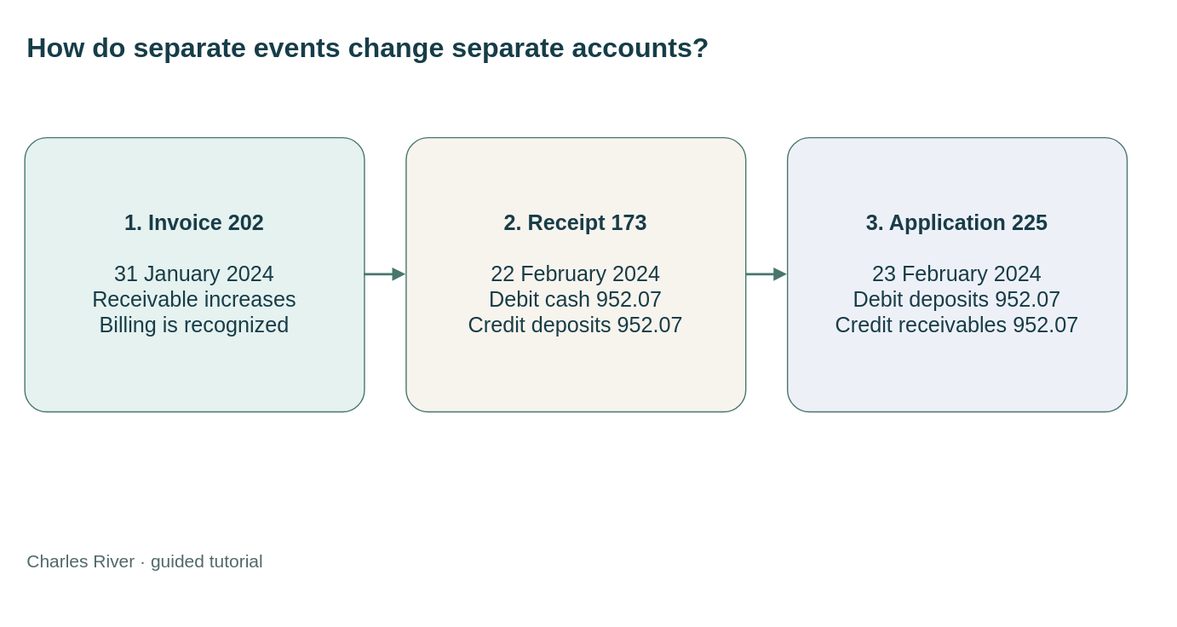
This is static/diagrams/tutorials/find-the-accounting-entries.svg from mmcodesso/CharlesRiver_Database, a draw.io export, as it was before one commit. Source tidied: cells renumbered, new cells last; positions are measured from the earlier drawing's top-left corner, leaving out a move shared by most shapes.
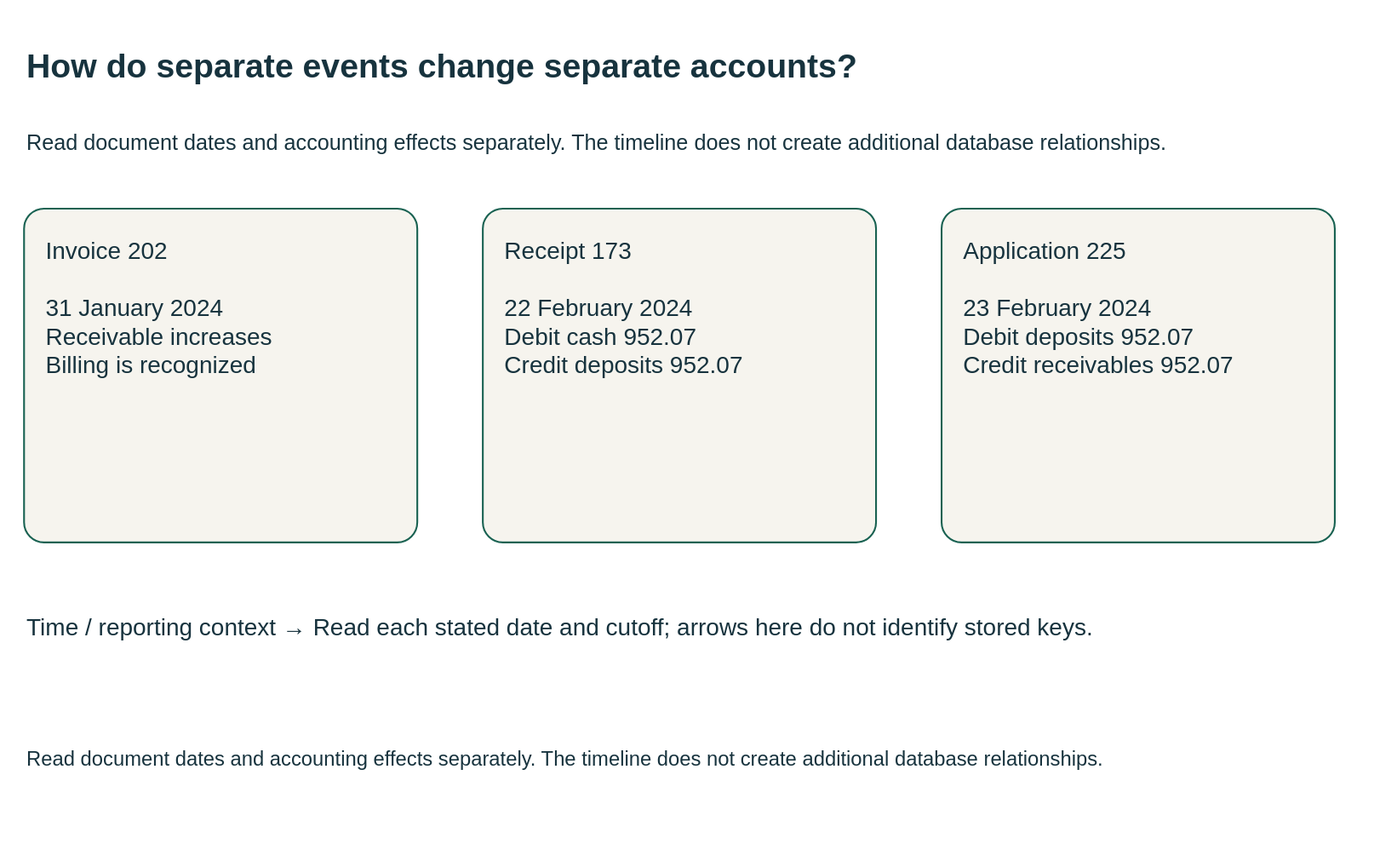
After the change.

The edit, as a diff of the source:
```diff
@@ -1,27 +1,27 @@
-<mxGraphModel>
+<mxGraphModel background="#FFFFFF">
   <root>
     <mxCell id="0" />
     <mxCell id="1" parent="0" />
-    <mxCell id="2" value="How do separate events change separate accounts?" style="text;html=0;whiteSpace=wrap;fontSize=23;fontStyle=1;fontColor=#163d48;align=left;" parent="1" vertex="1">
-      <mxGeometry width="920" height="60" as="geometry" />
+    <mxCell id="2" value="How do separate events change separate accounts?" style="html=0;fontFamily=Arial;fontSize=20;fontColor=#17333e;strokeColor=#196252;strokeWidth=1.5;whiteSpace=wrap;text;strokeColor=none;fillColor=none;align=left;verticalAlign=middle;fontSize=28;fontStyle=1;" parent="1" vertex="1">
+      <mxGeometry width="1110" height="70" as="geometry" />
     </mxCell>
+    <mxCell id="9" value="Read document dates and accounting effects separately. The timeline does not create additional database relationships." style="html=0;fontFamily=Arial;fontSize=20;fontColor=#17333e;strokeColor=#196252;strokeWidth=1.5;whiteSpace=wrap;text;strokeColor=none;fillColor=none;align=left;verticalAlign=middle;fontSize=18;fontStyle=0;" parent="1" vertex="1">
+      <mxGeometry y="72" width="1110" height="55" as="geometry" />
+    </mxCell>
-    <mxCell id="3" value="&lt;b&gt;1. Invoice 202&lt;/b&gt;&lt;br&gt;&lt;br&gt;31 January 2024&lt;br&gt;Receivable increases&lt;br&gt;Billing is recognized" style="rounded=1;whiteSpace=wrap;html=1;fillColor=#e5f2ef;strokeColor=#48766e;fontColor=#183c48;fontSize=18;spacing=15;arcSize=8;" parent="1" vertex="1">
-      <mxGeometry y="95" width="285" height="230" as="geometry" />
+    <mxCell id="3" value="Invoice 202&#10;&#10;31 January 2024&#10;Receivable increases&#10;Billing is recognized" style="html=0;fontFamily=Arial;fontSize=20;fontColor=#17333e;strokeColor=#196252;strokeWidth=1.5;whiteSpace=wrap;rounded=1;arcSize=6;fillColor=#f6f4ee;align=left;verticalAlign=top;spacing=18;" parent="1" vertex="1">
+      <mxGeometry y="155" width="330" height="280" as="geometry" />
     </mxCell>
-    <mxCell id="4" value="&lt;b&gt;2. Receipt 173&lt;/b&gt;&lt;br&gt;&lt;br&gt;22 February 2024&lt;br&gt;Debit cash 952.07&lt;br&gt;Credit deposits 952.07" style="rounded=1;whiteSpace=wrap;html=1;fillColor=#f7f4ed;strokeColor=#48766e;fontColor=#183c48;fontSize=18;spacing=15;arcSize=8;" parent="1" vertex="1">
-      <mxGeometry x="320" y="95" width="285" height="230" as="geometry" />
+    <mxCell id="4" value="Receipt 173&#10;&#10;22 February 2024&#10;Debit cash 952.07&#10;Credit deposits 952.07" style="html=0;fontFamily=Arial;fontSize=20;fontColor=#17333e;strokeColor=#196252;strokeWidth=1.5;whiteSpace=wrap;rounded=1;arcSize=6;fillColor=#f6f4ee;align=left;verticalAlign=top;spacing=18;" parent="1" vertex="1">
+      <mxGeometry x="385" y="155" width="330" height="280" as="geometry" />
     </mxCell>
-    <mxCell id="5" value="&lt;b&gt;3. Application 225&lt;/b&gt;&lt;br&gt;&lt;br&gt;23 February 2024&lt;br&gt;Debit deposits 952.07&lt;br&gt;Credit receivables 952.07" style="rounded=1;whiteSpace=wrap;html=1;fillColor=#edf1f7;strokeColor=#48766e;fontColor=#183c48;fontSize=18;spacing=15;arcSize=8;" parent="1" vertex="1">
-      <mxGeometry x="640" y="95" width="285" height="230" as="geometry" />
+    <mxCell id="5" value="Application 225&#10;&#10;23 February 2024&#10;Debit deposits 952.07&#10;Credit receivables 952.07" style="html=0;fontFamily=Arial;fontSize=20;fontColor=#17333e;strokeColor=#196252;strokeWidth=1.5;whiteSpace=wrap;rounded=1;arcSize=6;fillColor=#f6f4ee;align=left;verticalAlign=top;spacing=18;" parent="1" vertex="1">
+      <mxGeometry x="770" y="155" width="330" height="280" as="geometry" />
     </mxCell>
-    <mxCell id="6" style="edgeStyle=orthogonalEdgeStyle;rounded=0;html=0;strokeColor=#48766e;strokeWidth=2;endArrow=block;endFill=1;exitX=1;exitY=0.5;entryX=0;entryY=0.5;" parent="1" edge="1" source="3" target="4">
-      <mxGeometry relative="1" as="geometry" />
-    </mxCell>
-    <mxCell id="7" style="edgeStyle=orthogonalEdgeStyle;rounded=0;html=0;strokeColor=#48766e;strokeWidth=2;endArrow=block;endFill=1;exitX=1;exitY=0.5;entryX=0;entryY=0.5;" parent="1" edge="1" source="4" target="5">
-      <mxGeometry relative="1" as="geometry" />
-    </mxCell>
+    <mxCell id="10" value="Time / reporting context →     Read each stated date and cutoff; arrows here do not identify stored keys." style="html=0;fontFamily=Arial;fontSize=20;fontColor=#17333e;strokeColor=#196252;strokeWidth=1.5;whiteSpace=wrap;text;strokeColor=none;fillColor=none;align=left;verticalAlign=middle;fontSize=20;fontStyle=0;" parent="1" vertex="1">
+      <mxGeometry y="475" width="1100" height="60" as="geometry" />
+    </mxCell>
-    <mxCell id="8" value="Charles River · guided tutorial" style="text;html=0;fontColor=#526869;fontSize=15;align=left;" parent="1" vertex="1">
-      <mxGeometry y="435" width="920" height="30" as="geometry" />
+    <mxCell id="8" value="Read document dates and accounting effects separately. The timeline does not create additional database relationships." style="html=0;fontFamily=Arial;fontSize=20;fontColor=#17333e;strokeColor=#196252;strokeWidth=1.5;whiteSpace=wrap;text;strokeColor=none;fillColor=none;align=left;verticalAlign=middle;fontSize=17;fontStyle=0;" parent="1" vertex="1">
+      <mxGeometry y="587" width="1110" height="60" as="geometry" />
     </mxCell>
   </root>
 </mxGraphModel>
```
